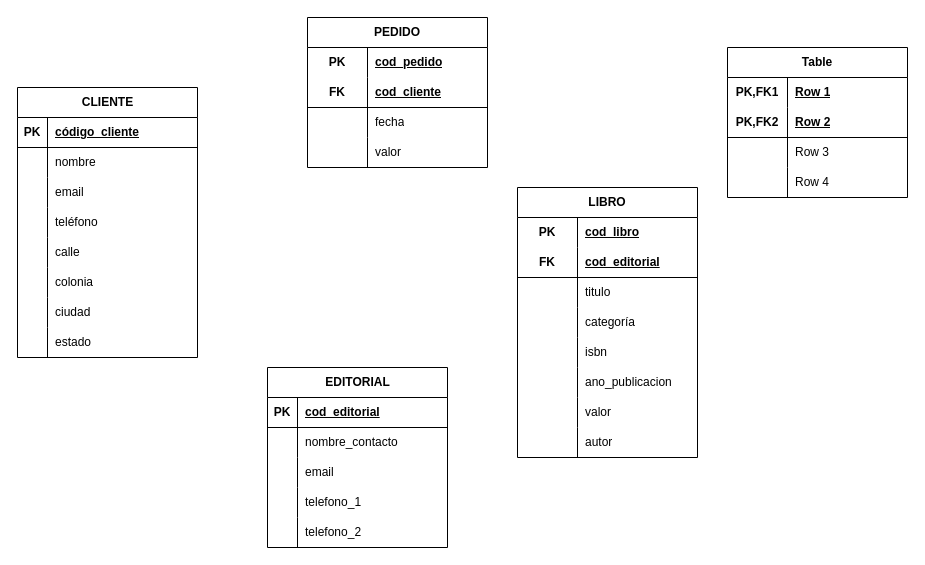
The draw.io diagram page "Modelo-logico" (2 of 2) of modelo.drawio in MichMDLT/Modelaje-BaseDatos, before the edit. Source tidied: cells renumbered, new cells numbered last; positions are measured from the earlier drawing's top-left corner, leaving out a move shared by most shapes. Both pictures are drawn from the tidied source at 100%, with x=0, y=0 at pixel (17, 17).
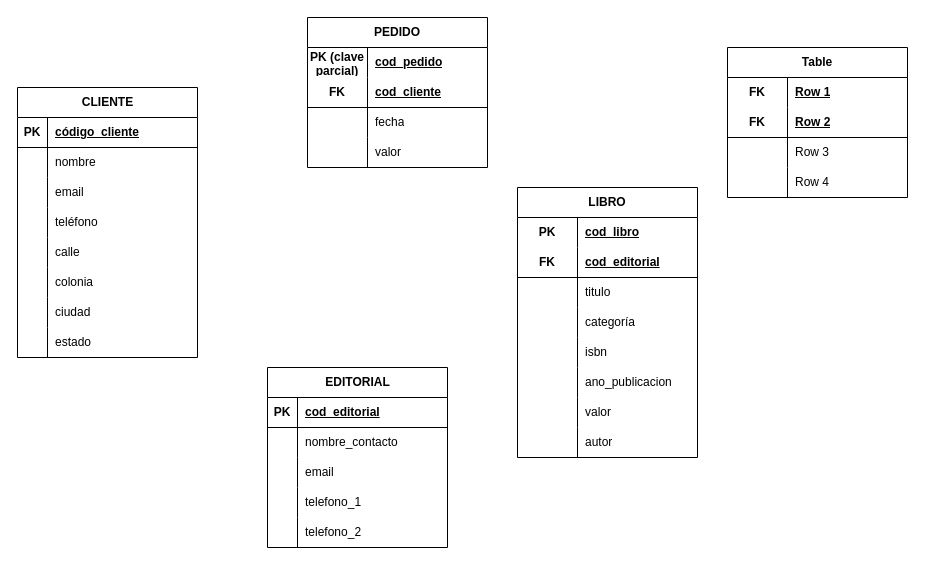
After the change.

The change refers to these unchanged cells:
```xml
<mxCell id="44" style="shape=tableRow;horizontal=0;startSize=0;swimlaneHead=0;swimlaneBody=0;fillColor=none;top=0;left=0;right=0;bottom=0;html=1;" parent="43" vertex="1">
  <mxGeometry y="30" width="180" height="30" as="geometry" />
</mxCell>
<mxCell id="82" style="shape=tableRow;horizontal=0;startSize=0;swimlaneHead=0;swimlaneBody=0;fillColor=none;top=0;left=0;right=0;bottom=0;html=1;" parent="81" vertex="1">
  <mxGeometry y="30" width="180" height="30" as="geometry" />
</mxCell>
<mxCell id="85" style="shape=tableRow;horizontal=0;startSize=0;swimlaneHead=0;swimlaneBody=0;fillColor=none;top=0;left=0;right=0;bottom=1;html=1;" parent="81" vertex="1">
  <mxGeometry y="60" width="180" height="30" as="geometry" />
</mxCell>
```

Diff of the diagram source:
```diff
@@
-    <mxCell id="45" value="PK" style="shape=partialRectangle;fillColor=none;top=0;left=0;bottom=0;right=0;fontStyle=1;overflow=hidden;html=1;whiteSpace=wrap;" parent="44" vertex="1">
+    <mxCell id="45" value="PK (clave parcial)" style="shape=partialRectangle;fillColor=none;top=0;left=0;bottom=0;right=0;fontStyle=1;overflow=hidden;html=1;whiteSpace=wrap;" parent="44" vertex="1">
       <mxGeometry width="60" height="30" as="geometry" />
     </mxCell>
@@
-    <mxCell id="83" value="PK,FK1" style="shape=partialRectangle;fillColor=none;top=0;left=0;bottom=0;right=0;fontStyle=1;overflow=hidden;html=1;whiteSpace=wrap;" parent="82" vertex="1">
+    <mxCell id="83" value="FK" style="shape=partialRectangle;fillColor=none;top=0;left=0;bottom=0;right=0;fontStyle=1;overflow=hidden;html=1;whiteSpace=wrap;" parent="82" vertex="1">
       <mxGeometry width="60" height="30" as="geometry" />
     </mxCell>
@@
-    <mxCell id="86" value="PK,FK2" style="shape=partialRectangle;fillColor=none;top=0;left=0;bottom=0;right=0;fontStyle=1;overflow=hidden;html=1;whiteSpace=wrap;" parent="85" vertex="1">
+    <mxCell id="86" value="FK" style="shape=partialRectangle;fillColor=none;top=0;left=0;bottom=0;right=0;fontStyle=1;overflow=hidden;html=1;whiteSpace=wrap;" parent="85" vertex="1">
       <mxGeometry width="60" height="30" as="geometry" />
     </mxCell>
```
